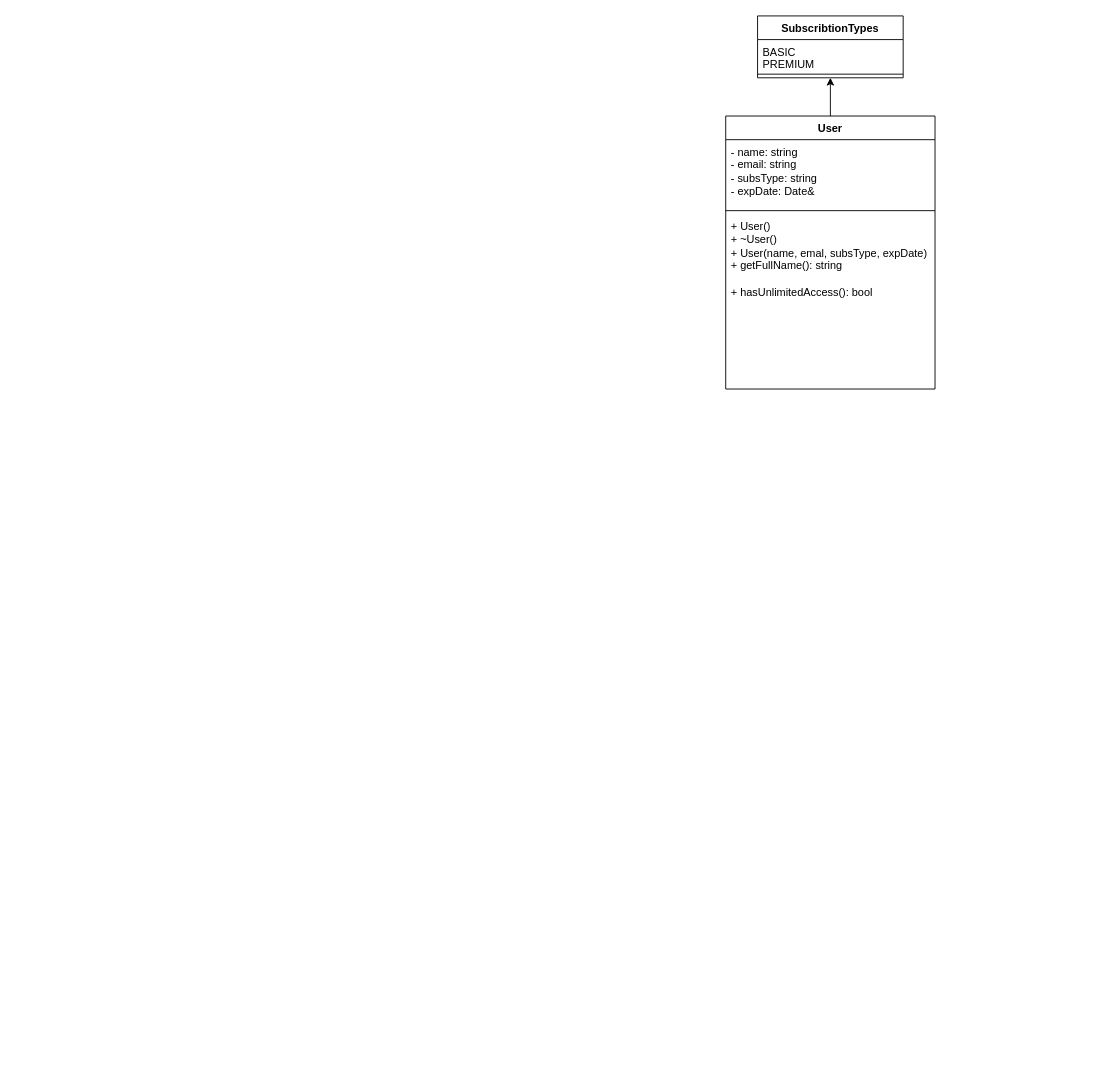
The draw.io diagram dz3.drawio in peerpressurre/diagrams, before the edit. Source tidied: cells renumbered, new cells numbered last; positions are measured from the earlier drawing's top-left corner, leaving out a move shared by most shapes. Both pictures are drawn from the tidied source at 91%, with x=0, y=0 at pixel (725, 15).
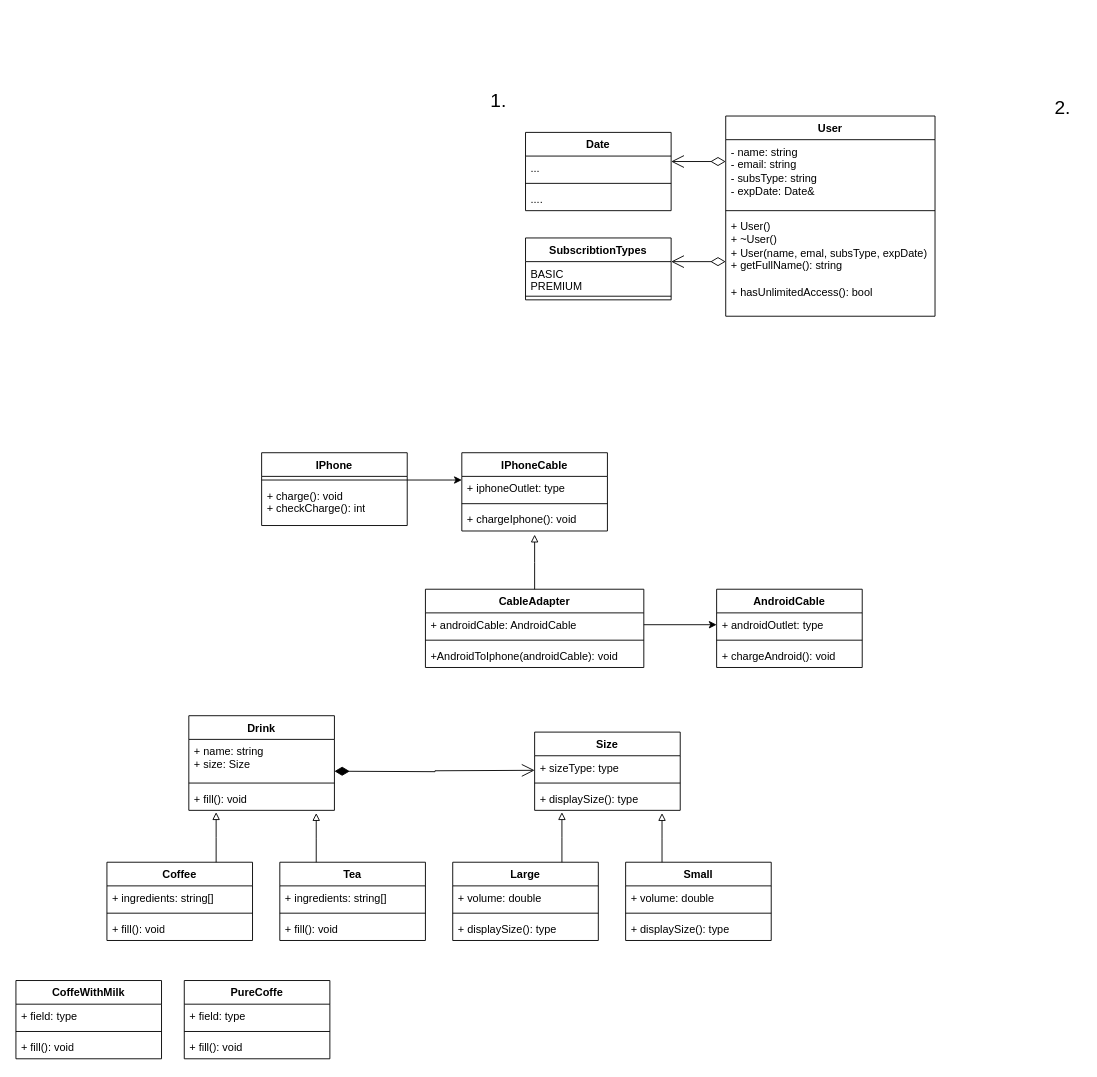
After the change.

Change to the diagram source:
```diff
@@
-    <mxCell id="2" style="edgeStyle=orthogonalEdgeStyle;rounded=0;jettySize=auto;html=1;entryX=0.5;entryY=1;entryDx=0;entryDy=0;" parent="1" edge="1" source="3" target="7">
-      <mxGeometry relative="1" as="geometry" />
-    </mxCell>
     <mxCell id="3" value="User" style="swimlane;fontStyle=1;align=center;verticalAlign=top;horizontal=1;startSize=26;whiteSpace=wrap;html=1;" parent="1" vertex="1">
-      <mxGeometry y="110" width="230" height="300" as="geometry" />
+      <mxGeometry y="110" width="230" height="220" as="geometry" />
     </mxCell>
@@
     <mxCell id="6" value="+ User()&lt;br&gt;+ ~User()&lt;br&gt;+ User(name, emal, subsType, expDate)&lt;br&gt;+ getFullName(): string&lt;br&gt;&lt;br&gt;+ hasUnlimitedAccess(): bool" style="text;strokeColor=none;fillColor=none;align=left;verticalAlign=top;spacingLeft=4;spacingRight=4;overflow=hidden;whiteSpace=wrap;html=1;" parent="3" vertex="1">
-      <mxGeometry y="108" width="230" height="192" as="geometry" />
+      <mxGeometry y="108" width="230" height="112" as="geometry" />
     </mxCell>
     <mxCell id="7" value="SubscribtionTypes" style="swimlane;fontStyle=1;align=center;verticalAlign=top;horizontal=1;startSize=26;whiteSpace=wrap;html=1;" parent="1" vertex="1">
-      <mxGeometry x="35" width="160" height="68" as="geometry" />
+      <mxGeometry x="-220" y="244" width="160" height="68" as="geometry" />
     </mxCell>
@@
+    <mxCell id="10" value="Date" style="swimlane;fontStyle=1;align=center;verticalAlign=top;horizontal=1;startSize=26;whiteSpace=wrap;html=1;" parent="1" vertex="1">
+      <mxGeometry x="-220" y="128" width="160" height="86" as="geometry" />
+    </mxCell>
+    <mxCell id="11" value="..." style="text;strokeColor=none;fillColor=none;align=left;verticalAlign=top;spacingLeft=4;spacingRight=4;overflow=hidden;whiteSpace=wrap;html=1;" parent="10" vertex="1">
+      <mxGeometry y="26" width="160" height="26" as="geometry" />
+    </mxCell>
+    <mxCell id="12" style="line;strokeWidth=1;fillColor=none;align=left;verticalAlign=middle;spacingTop=-1;spacingLeft=3;spacingRight=3;labelPosition=right;strokeColor=inherit;" parent="10" vertex="1">
+      <mxGeometry y="52" width="160" height="8" as="geometry" />
+    </mxCell>
+    <mxCell id="13" value="...." style="text;strokeColor=none;fillColor=none;align=left;verticalAlign=top;spacingLeft=4;spacingRight=4;overflow=hidden;whiteSpace=wrap;html=1;" parent="10" vertex="1">
+      <mxGeometry y="60" width="160" height="26" as="geometry" />
+    </mxCell>
+    <mxCell id="14" style="endArrow=open;html=1;endSize=12;startArrow=diamondThin;startSize=14;startFill=0;edgeStyle=orthogonalEdgeStyle;align=left;verticalAlign=bottom;rounded=0;" parent="1" edge="1">
+      <mxGeometry x="-1" y="3" relative="1" as="geometry">
+        <mxPoint y="160" as="sourcePoint" />
+        <mxPoint x="-60" y="160" as="targetPoint" />
+      </mxGeometry>
+    </mxCell>
+    <mxCell id="15" style="endArrow=open;html=1;endSize=12;startArrow=diamondThin;startSize=14;startFill=0;edgeStyle=orthogonalEdgeStyle;align=left;verticalAlign=bottom;rounded=0;" parent="1" edge="1">
+      <mxGeometry x="-1" y="3" relative="1" as="geometry">
+        <mxPoint y="270" as="sourcePoint" />
+        <mxPoint x="-60" y="270" as="targetPoint" />
+      </mxGeometry>
+    </mxCell>
+    <mxCell id="16" value="&lt;font style=&quot;font-size: 21px;&quot;&gt;1.&lt;/font&gt;" style="text;html=1;align=center;verticalAlign=middle;strokeColor=none;fillColor=none;" parent="1" vertex="1">
+      <mxGeometry x="-270" y="73" width="40" height="40" as="geometry" />
+    </mxCell>
+    <mxCell id="17" value="&lt;font style=&quot;font-size: 21px;&quot;&gt;2.&lt;/font&gt;" style="text;html=1;align=center;verticalAlign=middle;strokeColor=none;fillColor=none;" parent="1" vertex="1">
+      <mxGeometry x="350" y="80" width="40" height="40" as="geometry" />
+    </mxCell>
+    <mxCell id="18" style="edgeStyle=orthogonalEdgeStyle;rounded=0;jettySize=auto;html=1;" parent="1" edge="1" source="19">
+      <mxGeometry relative="1" as="geometry">
+        <mxPoint x="-290" y="510" as="targetPoint" />
+        <Array as="points">
+          <mxPoint x="-300" y="510" />
+          <mxPoint x="-300" y="510" />
+        </Array>
+      </mxGeometry>
+    </mxCell>
+    <mxCell id="19" value="IPhone" style="swimlane;fontStyle=1;align=center;verticalAlign=top;horizontal=1;startSize=26;whiteSpace=wrap;html=1;" parent="1" vertex="1">
+      <mxGeometry x="-510" y="480" width="160" height="80" as="geometry" />
+    </mxCell>
+    <mxCell id="20" style="line;strokeWidth=1;fillColor=none;align=left;verticalAlign=middle;spacingTop=-1;spacingLeft=3;spacingRight=3;labelPosition=right;strokeColor=inherit;" parent="19" vertex="1">
+      <mxGeometry y="26" width="160" height="8" as="geometry" />
+    </mxCell>
+    <mxCell id="21" value="+ charge(): void&lt;br&gt;+ checkCharge(): int" style="text;strokeColor=none;fillColor=none;align=left;verticalAlign=top;spacingLeft=4;spacingRight=4;overflow=hidden;whiteSpace=wrap;html=1;" parent="19" vertex="1">
+      <mxGeometry y="34" width="160" height="46" as="geometry" />
+    </mxCell>
+    <mxCell id="22" value="CableAdapter" style="swimlane;fontStyle=1;align=center;verticalAlign=top;horizontal=1;startSize=26;whiteSpace=wrap;html=1;" parent="1" vertex="1">
+      <mxGeometry x="-330" y="630" width="240" height="86" as="geometry" />
+    </mxCell>
+    <mxCell id="23" value="+ androidCable: AndroidCable" style="text;strokeColor=none;fillColor=none;align=left;verticalAlign=top;spacingLeft=4;spacingRight=4;overflow=hidden;points=[[0,0.5],[1,0.5]];portConstraint=eastwest;whiteSpace=wrap;html=1;" parent="22" vertex="1">
+      <mxGeometry y="26" width="240" height="26" as="geometry" />
+    </mxCell>
+    <mxCell id="24" style="line;strokeWidth=1;fillColor=none;align=left;verticalAlign=middle;spacingTop=-1;spacingLeft=3;spacingRight=3;labelPosition=right;strokeColor=inherit;" parent="22" vertex="1">
+      <mxGeometry y="52" width="240" height="8" as="geometry" />
+    </mxCell>
+    <mxCell id="25" value="+AndroidToIphone(androidCable): void&amp;nbsp;" style="text;strokeColor=none;fillColor=none;align=left;verticalAlign=top;spacingLeft=4;spacingRight=4;overflow=hidden;whiteSpace=wrap;html=1;" parent="22" vertex="1">
+      <mxGeometry y="60" width="240" height="26" as="geometry" />
+    </mxCell>
+    <mxCell id="26" value="AndroidCable" style="swimlane;fontStyle=1;align=center;verticalAlign=top;horizontal=1;startSize=26;whiteSpace=wrap;html=1;" parent="1" vertex="1">
+      <mxGeometry x="-10" y="630" width="160" height="86" as="geometry" />
+    </mxCell>
+    <mxCell id="27" value="+ androidOutlet: type" style="text;strokeColor=none;fillColor=none;align=left;verticalAlign=top;spacingLeft=4;spacingRight=4;overflow=hidden;points=[[0,0.5],[1,0.5]];portConstraint=eastwest;whiteSpace=wrap;html=1;" parent="26" vertex="1">
+      <mxGeometry y="26" width="160" height="26" as="geometry" />
+    </mxCell>
+    <mxCell id="28" style="line;strokeWidth=1;fillColor=none;align=left;verticalAlign=middle;spacingTop=-1;spacingLeft=3;spacingRight=3;labelPosition=right;strokeColor=inherit;" parent="26" vertex="1">
+      <mxGeometry y="52" width="160" height="8" as="geometry" />
+    </mxCell>
+    <mxCell id="29" value="+ chargeAndroid(): void" style="text;strokeColor=none;fillColor=none;align=left;verticalAlign=top;spacingLeft=4;spacingRight=4;overflow=hidden;whiteSpace=wrap;html=1;" parent="26" vertex="1">
+      <mxGeometry y="60" width="160" height="26" as="geometry" />
+    </mxCell>
+    <mxCell id="30" style="edgeStyle=orthogonalEdgeStyle;rounded=0;jettySize=auto;html=1;entryX=0;entryY=0.5;entryDx=0;entryDy=0;" parent="1" edge="1" source="23" target="27">
+      <mxGeometry relative="1" as="geometry" />
+    </mxCell>
+    <mxCell id="31" style="edgeStyle=orthogonalEdgeStyle;rounded=0;jettySize=auto;html=1;endArrow=block;endFill=0;" parent="1" edge="1" source="22">
+      <mxGeometry relative="1" as="geometry">
+        <mxPoint x="-210" y="570" as="targetPoint" />
+      </mxGeometry>
+    </mxCell>
+    <mxCell id="32" value="IPhoneCable" style="swimlane;fontStyle=1;align=center;verticalAlign=top;horizontal=1;startSize=26;whiteSpace=wrap;html=1;" parent="1" vertex="1">
+      <mxGeometry x="-290" y="480" width="160" height="86" as="geometry" />
+    </mxCell>
+    <mxCell id="33" value="+ iphoneOutlet: type" style="text;strokeColor=none;fillColor=none;align=left;verticalAlign=top;spacingLeft=4;spacingRight=4;overflow=hidden;whiteSpace=wrap;html=1;" parent="32" vertex="1">
+      <mxGeometry y="26" width="160" height="26" as="geometry" />
+    </mxCell>
+    <mxCell id="34" style="line;strokeWidth=1;fillColor=none;align=left;verticalAlign=middle;spacingTop=-1;spacingLeft=3;spacingRight=3;labelPosition=right;strokeColor=inherit;" parent="32" vertex="1">
+      <mxGeometry y="52" width="160" height="8" as="geometry" />
+    </mxCell>
+    <mxCell id="35" value="+ chargeIphone(): void" style="text;strokeColor=none;fillColor=none;align=left;verticalAlign=top;spacingLeft=4;spacingRight=4;overflow=hidden;whiteSpace=wrap;html=1;" parent="32" vertex="1">
+      <mxGeometry y="60" width="160" height="26" as="geometry" />
+    </mxCell>
+    <mxCell id="36" value="Coffee" style="swimlane;fontStyle=1;align=center;verticalAlign=top;horizontal=1;startSize=26;whiteSpace=wrap;html=1;" parent="1" vertex="1">
+      <mxGeometry x="-680" y="930" width="160" height="86" as="geometry" />
+    </mxCell>
+    <mxCell id="37" value="+ ingredients: string[]" style="text;strokeColor=none;fillColor=none;align=left;verticalAlign=top;spacingLeft=4;spacingRight=4;overflow=hidden;whiteSpace=wrap;html=1;" parent="36" vertex="1">
+      <mxGeometry y="26" width="160" height="26" as="geometry" />
+    </mxCell>
+    <mxCell id="38" style="line;strokeWidth=1;fillColor=none;align=left;verticalAlign=middle;spacingTop=-1;spacingLeft=3;spacingRight=3;labelPosition=right;strokeColor=inherit;" parent="36" vertex="1">
+      <mxGeometry y="52" width="160" height="8" as="geometry" />
+    </mxCell>
+    <mxCell id="39" value="+ fill(): void" style="text;strokeColor=none;fillColor=none;align=left;verticalAlign=top;spacingLeft=4;spacingRight=4;overflow=hidden;whiteSpace=wrap;html=1;" parent="36" vertex="1">
+      <mxGeometry y="60" width="160" height="26" as="geometry" />
+    </mxCell>
+    <mxCell id="40" value="Tea" style="swimlane;fontStyle=1;align=center;verticalAlign=top;horizontal=1;startSize=26;whiteSpace=wrap;html=1;" parent="1" vertex="1">
+      <mxGeometry x="-490" y="930" width="160" height="86" as="geometry" />
+    </mxCell>
+    <mxCell id="41" value="+ ingredients: string[]" style="text;strokeColor=none;fillColor=none;align=left;verticalAlign=top;spacingLeft=4;spacingRight=4;overflow=hidden;whiteSpace=wrap;html=1;" parent="40" vertex="1">
+      <mxGeometry y="26" width="160" height="26" as="geometry" />
+    </mxCell>
+    <mxCell id="42" style="line;strokeWidth=1;fillColor=none;align=left;verticalAlign=middle;spacingTop=-1;spacingLeft=3;spacingRight=3;labelPosition=right;strokeColor=inherit;" parent="40" vertex="1">
+      <mxGeometry y="52" width="160" height="8" as="geometry" />
+    </mxCell>
+    <mxCell id="43" value="+ fill(): void" style="text;strokeColor=none;fillColor=none;align=left;verticalAlign=top;spacingLeft=4;spacingRight=4;overflow=hidden;whiteSpace=wrap;html=1;" parent="40" vertex="1">
+      <mxGeometry y="60" width="160" height="26" as="geometry" />
+    </mxCell>
+    <mxCell id="44" style="edgeStyle=orthogonalEdgeStyle;rounded=0;jettySize=auto;html=1;exitX=0.75;exitY=0;exitDx=0;exitDy=0;entryX=0.125;entryY=0.962;entryDx=0;entryDy=0;entryPerimeter=0;endArrow=block;endFill=0;" parent="1" edge="1" source="36">
+      <mxGeometry relative="1" as="geometry">
+        <mxPoint x="-560" y="875" as="targetPoint" />
+      </mxGeometry>
+    </mxCell>
+    <mxCell id="45" style="edgeStyle=orthogonalEdgeStyle;rounded=0;jettySize=auto;html=1;exitX=0.25;exitY=0;exitDx=0;exitDy=0;entryX=0.875;entryY=1;entryDx=0;entryDy=0;entryPerimeter=0;endArrow=block;endFill=0;" parent="1" edge="1" source="40">
+      <mxGeometry relative="1" as="geometry">
+        <mxPoint x="-450" y="876" as="targetPoint" />
+      </mxGeometry>
+    </mxCell>
+    <mxCell id="46" value="Large" style="swimlane;fontStyle=1;align=center;verticalAlign=top;horizontal=1;startSize=26;whiteSpace=wrap;html=1;" parent="1" vertex="1">
+      <mxGeometry x="-300" y="930" width="160" height="86" as="geometry" />
+    </mxCell>
+    <mxCell id="47" value="+ volume: double" style="text;strokeColor=none;fillColor=none;align=left;verticalAlign=top;spacingLeft=4;spacingRight=4;overflow=hidden;whiteSpace=wrap;html=1;" parent="46" vertex="1">
+      <mxGeometry y="26" width="160" height="26" as="geometry" />
+    </mxCell>
+    <mxCell id="48" style="line;strokeWidth=1;fillColor=none;align=left;verticalAlign=middle;spacingTop=-1;spacingLeft=3;spacingRight=3;labelPosition=right;strokeColor=inherit;" parent="46" vertex="1">
+      <mxGeometry y="52" width="160" height="8" as="geometry" />
+    </mxCell>
+    <mxCell id="49" value="+ displaySize(): type" style="text;strokeColor=none;fillColor=none;align=left;verticalAlign=top;spacingLeft=4;spacingRight=4;overflow=hidden;whiteSpace=wrap;html=1;" parent="46" vertex="1">
+      <mxGeometry y="60" width="160" height="26" as="geometry" />
+    </mxCell>
+    <mxCell id="50" value="Small" style="swimlane;fontStyle=1;align=center;verticalAlign=top;horizontal=1;startSize=26;whiteSpace=wrap;html=1;" parent="1" vertex="1">
+      <mxGeometry x="-110" y="930" width="160" height="86" as="geometry" />
+    </mxCell>
+    <mxCell id="51" value="+ volume: double" style="text;strokeColor=none;fillColor=none;align=left;verticalAlign=top;spacingLeft=4;spacingRight=4;overflow=hidden;whiteSpace=wrap;html=1;" parent="50" vertex="1">
+      <mxGeometry y="26" width="160" height="26" as="geometry" />
+    </mxCell>
+    <mxCell id="52" style="line;strokeWidth=1;fillColor=none;align=left;verticalAlign=middle;spacingTop=-1;spacingLeft=3;spacingRight=3;labelPosition=right;strokeColor=inherit;" parent="50" vertex="1">
+      <mxGeometry y="52" width="160" height="8" as="geometry" />
+    </mxCell>
+    <mxCell id="53" value="+ displaySize(): type" style="text;strokeColor=none;fillColor=none;align=left;verticalAlign=top;spacingLeft=4;spacingRight=4;overflow=hidden;whiteSpace=wrap;html=1;" parent="50" vertex="1">
+      <mxGeometry y="60" width="160" height="26" as="geometry" />
+    </mxCell>
+    <mxCell id="54" style="edgeStyle=orthogonalEdgeStyle;rounded=0;jettySize=auto;html=1;exitX=0.75;exitY=0;exitDx=0;exitDy=0;entryX=0.125;entryY=0.962;entryDx=0;entryDy=0;entryPerimeter=0;endArrow=block;endFill=0;" parent="1" edge="1" source="46">
+      <mxGeometry relative="1" as="geometry">
+        <mxPoint x="-180" y="875" as="targetPoint" />
+      </mxGeometry>
+    </mxCell>
+    <mxCell id="55" style="edgeStyle=orthogonalEdgeStyle;rounded=0;jettySize=auto;html=1;exitX=0.25;exitY=0;exitDx=0;exitDy=0;entryX=0.875;entryY=1;entryDx=0;entryDy=0;entryPerimeter=0;endArrow=block;endFill=0;" parent="1" edge="1" source="50">
+      <mxGeometry relative="1" as="geometry">
+        <mxPoint x="-70" y="876" as="targetPoint" />
+      </mxGeometry>
+    </mxCell>
+    <mxCell id="56" style="endArrow=open;html=1;endSize=12;startArrow=diamondThin;startSize=14;startFill=1;edgeStyle=orthogonalEdgeStyle;align=left;verticalAlign=bottom;rounded=0;entryX=0;entryY=0.5;entryDx=0;entryDy=0;" parent="1" edge="1">
+      <mxGeometry x="-1" y="3" relative="1" as="geometry">
+        <mxPoint x="-430" y="830" as="sourcePoint" />
+        <mxPoint x="-210" y="829" as="targetPoint" />
+      </mxGeometry>
+    </mxCell>
+    <mxCell id="57" value="Drink" style="swimlane;fontStyle=1;align=center;verticalAlign=top;horizontal=1;startSize=26;whiteSpace=wrap;html=1;" parent="1" vertex="1">
+      <mxGeometry x="-590" y="769" width="160" height="104" as="geometry" />
+    </mxCell>
+    <mxCell id="58" value="+ name: string&lt;br&gt;+ size: Size" style="text;strokeColor=none;fillColor=none;align=left;verticalAlign=top;spacingLeft=4;spacingRight=4;overflow=hidden;whiteSpace=wrap;html=1;" parent="57" vertex="1">
+      <mxGeometry y="26" width="160" height="44" as="geometry" />
+    </mxCell>
+    <mxCell id="59" style="line;strokeWidth=1;fillColor=none;align=left;verticalAlign=middle;spacingTop=-1;spacingLeft=3;spacingRight=3;labelPosition=right;strokeColor=inherit;" parent="57" vertex="1">
+      <mxGeometry y="70" width="160" height="8" as="geometry" />
+    </mxCell>
+    <mxCell id="60" value="+ fill(): void" style="text;strokeColor=none;fillColor=none;align=left;verticalAlign=top;spacingLeft=4;spacingRight=4;overflow=hidden;whiteSpace=wrap;html=1;" parent="57" vertex="1">
+      <mxGeometry y="78" width="160" height="26" as="geometry" />
+    </mxCell>
+    <mxCell id="61" value="Size" style="swimlane;fontStyle=1;align=center;verticalAlign=top;horizontal=1;startSize=26;whiteSpace=wrap;html=1;" parent="1" vertex="1">
+      <mxGeometry x="-210" y="787" width="160" height="86" as="geometry" />
+    </mxCell>
+    <mxCell id="62" value="+ sizeType: type" style="text;strokeColor=none;fillColor=none;align=left;verticalAlign=top;spacingLeft=4;spacingRight=4;overflow=hidden;whiteSpace=wrap;html=1;" parent="61" vertex="1">
+      <mxGeometry y="26" width="160" height="26" as="geometry" />
+    </mxCell>
+    <mxCell id="63" style="line;strokeWidth=1;fillColor=none;align=left;verticalAlign=middle;spacingTop=-1;spacingLeft=3;spacingRight=3;labelPosition=right;strokeColor=inherit;" parent="61" vertex="1">
+      <mxGeometry y="52" width="160" height="8" as="geometry" />
+    </mxCell>
+    <mxCell id="64" value="+ displaySize(): type" style="text;strokeColor=none;fillColor=none;align=left;verticalAlign=top;spacingLeft=4;spacingRight=4;overflow=hidden;whiteSpace=wrap;html=1;" parent="61" vertex="1">
+      <mxGeometry y="60" width="160" height="26" as="geometry" />
+    </mxCell>
+    <mxCell id="65" value="CoffeWithMilk" style="swimlane;fontStyle=1;align=center;verticalAlign=top;horizontal=1;startSize=26;whiteSpace=wrap;html=1;" parent="1" vertex="1">
+      <mxGeometry x="-780" y="1060" width="160" height="86" as="geometry" />
+    </mxCell>
+    <mxCell id="66" value="+ field: type" style="text;strokeColor=none;fillColor=none;align=left;verticalAlign=top;spacingLeft=4;spacingRight=4;overflow=hidden;whiteSpace=wrap;html=1;" parent="65" vertex="1">
+      <mxGeometry y="26" width="160" height="26" as="geometry" />
+    </mxCell>
+    <mxCell id="67" style="line;strokeWidth=1;fillColor=none;align=left;verticalAlign=middle;spacingTop=-1;spacingLeft=3;spacingRight=3;labelPosition=right;strokeColor=inherit;" parent="65" vertex="1">
+      <mxGeometry y="52" width="160" height="8" as="geometry" />
+    </mxCell>
+    <mxCell id="68" value="+ fill(): void" style="text;strokeColor=none;fillColor=none;align=left;verticalAlign=top;spacingLeft=4;spacingRight=4;overflow=hidden;whiteSpace=wrap;html=1;" parent="65" vertex="1">
+      <mxGeometry y="60" width="160" height="26" as="geometry" />
+    </mxCell>
+    <mxCell id="69" value="PureCoffe" style="swimlane;fontStyle=1;align=center;verticalAlign=top;horizontal=1;startSize=26;whiteSpace=wrap;html=1;" parent="1" vertex="1">
+      <mxGeometry x="-595" y="1060" width="160" height="86" as="geometry" />
+    </mxCell>
+    <mxCell id="70" value="+ field: type" style="text;strokeColor=none;fillColor=none;align=left;verticalAlign=top;spacingLeft=4;spacingRight=4;overflow=hidden;whiteSpace=wrap;html=1;" parent="69" vertex="1">
+      <mxGeometry y="26" width="160" height="26" as="geometry" />
+    </mxCell>
+    <mxCell id="71" style="line;strokeWidth=1;fillColor=none;align=left;verticalAlign=middle;spacingTop=-1;spacingLeft=3;spacingRight=3;labelPosition=right;strokeColor=inherit;" parent="69" vertex="1">
+      <mxGeometry y="52" width="160" height="8" as="geometry" />
+    </mxCell>
+    <mxCell id="72" value="+ fill(): void" style="text;strokeColor=none;fillColor=none;align=left;verticalAlign=top;spacingLeft=4;spacingRight=4;overflow=hidden;whiteSpace=wrap;html=1;" parent="69" vertex="1">
+      <mxGeometry y="60" width="160" height="26" as="geometry" />
+    </mxCell>
```
